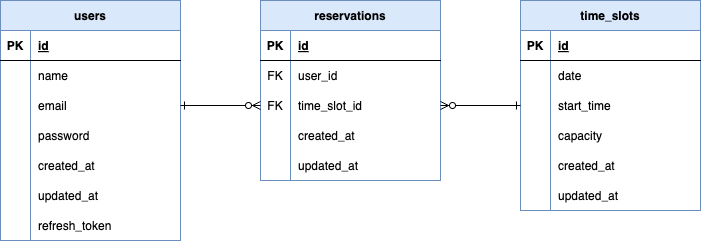
This is images/er-diagram.png from hirata784/laravel-swimming-reservation-app, a draw.io export, as it was before one commit. Source tidied: cells renumbered, new cells last; positions are measured from the earlier drawing's top-left corner, leaving out a move shared by most shapes. Its diagram source:
```xml
<mxGraphModel background="#FFFFFF">
  <root>
    <mxCell id="0" />
    <mxCell id="1" parent="0" />
    <mxCell id="2" value="users" style="shape=table;startSize=30;rowLines=0;fontStyle=1;align=center;fillColor=#dae8fc;strokeColor=#6c8ebf;" parent="1" vertex="1">
      <mxGeometry width="180" height="240" as="geometry" />
    </mxCell>
    <mxCell id="3" style="shape=tableRow;horizontal=0;startSize=0;swimlaneHead=0;swimlaneBody=0;fillColor=none;top=0;left=0;right=0;bottom=1;" parent="2" vertex="1">
      <mxGeometry y="30" width="180" height="30" as="geometry" />
    </mxCell>
    <mxCell id="4" value="PK" style="shape=partialRectangle;fillColor=none;top=0;left=0;bottom=0;right=0;fontStyle=1;overflow=hidden;" parent="3" vertex="1">
      <mxGeometry width="30" height="30" as="geometry" />
    </mxCell>
    <mxCell id="5" value="id" style="shape=partialRectangle;fillColor=none;top=0;left=0;bottom=0;right=0;align=left;spacingLeft=6;fontStyle=5;overflow=hidden;" parent="3" vertex="1">
      <mxGeometry x="30" width="150" height="30" as="geometry" />
    </mxCell>
    <mxCell id="6" style="shape=tableRow;horizontal=0;startSize=0;swimlaneHead=0;swimlaneBody=0;fillColor=none;top=0;left=0;right=0;bottom=0;" parent="2" vertex="1">
      <mxGeometry y="60" width="180" height="30" as="geometry" />
    </mxCell>
    <mxCell id="7" style="shape=partialRectangle;fillColor=none;top=0;left=0;bottom=0;right=0;overflow=hidden;" parent="6" vertex="1">
      <mxGeometry width="30" height="30" as="geometry" />
    </mxCell>
    <mxCell id="8" value="name" style="shape=partialRectangle;fillColor=none;top=0;left=0;bottom=0;right=0;align=left;spacingLeft=6;overflow=hidden;" parent="6" vertex="1">
      <mxGeometry x="30" width="150" height="30" as="geometry" />
    </mxCell>
    <mxCell id="9" style="shape=tableRow;horizontal=0;startSize=0;swimlaneHead=0;swimlaneBody=0;fillColor=none;points=[[0,0.5],[1,0.5]];portConstraint=eastwest;top=0;left=0;right=0;bottom=0;" parent="2" vertex="1">
      <mxGeometry y="90" width="180" height="30" as="geometry" />
    </mxCell>
    <mxCell id="10" style="shape=partialRectangle;fillColor=none;top=0;left=0;bottom=0;right=0;overflow=hidden;" parent="9" vertex="1">
      <mxGeometry width="30" height="30" as="geometry" />
    </mxCell>
    <mxCell id="11" value="email" style="shape=partialRectangle;fillColor=none;top=0;left=0;bottom=0;right=0;align=left;spacingLeft=6;overflow=hidden;" parent="9" vertex="1">
      <mxGeometry x="30" width="150" height="30" as="geometry" />
    </mxCell>
    <mxCell id="12" style="shape=tableRow;horizontal=0;startSize=0;swimlaneHead=0;swimlaneBody=0;fillColor=none;top=0;left=0;right=0;bottom=0;" parent="2" vertex="1">
      <mxGeometry y="120" width="180" height="30" as="geometry" />
    </mxCell>
    <mxCell id="13" style="shape=partialRectangle;fillColor=none;top=0;left=0;bottom=0;right=0;overflow=hidden;" parent="12" vertex="1">
      <mxGeometry width="30" height="30" as="geometry" />
    </mxCell>
    <mxCell id="14" value="password" style="shape=partialRectangle;fillColor=none;top=0;left=0;bottom=0;right=0;align=left;spacingLeft=6;overflow=hidden;" parent="12" vertex="1">
      <mxGeometry x="30" width="150" height="30" as="geometry" />
    </mxCell>
    <mxCell id="15" style="shape=tableRow;horizontal=0;startSize=0;swimlaneHead=0;swimlaneBody=0;fillColor=none;top=0;left=0;right=0;bottom=0;" parent="2" vertex="1">
      <mxGeometry y="150" width="180" height="30" as="geometry" />
    </mxCell>
    <mxCell id="16" style="shape=partialRectangle;fillColor=none;top=0;left=0;bottom=0;right=0;overflow=hidden;" parent="15" vertex="1">
      <mxGeometry width="30" height="30" as="geometry" />
    </mxCell>
    <mxCell id="17" value="created_at" style="shape=partialRectangle;fillColor=none;top=0;left=0;bottom=0;right=0;align=left;spacingLeft=6;overflow=hidden;" parent="15" vertex="1">
      <mxGeometry x="30" width="150" height="30" as="geometry" />
    </mxCell>
    <mxCell id="18" style="shape=tableRow;horizontal=0;startSize=0;swimlaneHead=0;swimlaneBody=0;fillColor=none;top=0;left=0;right=0;bottom=0;" parent="2" vertex="1">
      <mxGeometry y="180" width="180" height="30" as="geometry" />
    </mxCell>
    <mxCell id="19" style="shape=partialRectangle;fillColor=none;top=0;left=0;bottom=0;right=0;overflow=hidden;" parent="18" vertex="1">
      <mxGeometry width="30" height="30" as="geometry" />
    </mxCell>
    <mxCell id="20" value="updated_at" style="shape=partialRectangle;fillColor=none;top=0;left=0;bottom=0;right=0;align=left;spacingLeft=6;overflow=hidden;" parent="18" vertex="1">
      <mxGeometry x="30" width="150" height="30" as="geometry" />
    </mxCell>
    <mxCell id="21" style="shape=tableRow;horizontal=0;startSize=0;swimlaneHead=0;swimlaneBody=0;fillColor=none;top=0;left=0;right=0;bottom=0;" parent="2" vertex="1">
      <mxGeometry y="210" width="180" height="30" as="geometry" />
    </mxCell>
    <mxCell id="22" style="shape=partialRectangle;fillColor=none;top=0;left=0;bottom=0;right=0;overflow=hidden;" parent="21" vertex="1">
      <mxGeometry width="30" height="30" as="geometry" />
    </mxCell>
    <mxCell id="23" value="refresh_token" style="shape=partialRectangle;fillColor=none;top=0;left=0;bottom=0;right=0;align=left;spacingLeft=6;overflow=hidden;" parent="21" vertex="1">
      <mxGeometry x="30" width="150" height="30" as="geometry" />
    </mxCell>
    <mxCell id="24" value="time_slots" style="shape=table;startSize=30;rowLines=0;fontStyle=1;align=center;fillColor=#dae8fc;strokeColor=#6c8ebf;" parent="1" vertex="1">
      <mxGeometry x="520" width="180" height="210" as="geometry" />
    </mxCell>
    <mxCell id="25" style="shape=tableRow;horizontal=0;startSize=0;swimlaneHead=0;swimlaneBody=0;fillColor=none;top=0;left=0;right=0;bottom=1;" parent="24" vertex="1">
      <mxGeometry y="30" width="180" height="30" as="geometry" />
    </mxCell>
    <mxCell id="26" value="PK" style="shape=partialRectangle;fillColor=none;top=0;left=0;bottom=0;right=0;fontStyle=1;overflow=hidden;" parent="25" vertex="1">
      <mxGeometry width="30" height="30" as="geometry" />
    </mxCell>
    <mxCell id="27" value="id" style="shape=partialRectangle;fillColor=none;top=0;left=0;bottom=0;right=0;align=left;spacingLeft=6;fontStyle=5;overflow=hidden;" parent="25" vertex="1">
      <mxGeometry x="30" width="150" height="30" as="geometry" />
    </mxCell>
    <mxCell id="28" style="shape=tableRow;horizontal=0;startSize=0;swimlaneHead=0;swimlaneBody=0;fillColor=none;top=0;left=0;right=0;bottom=0;" parent="24" vertex="1">
      <mxGeometry y="60" width="180" height="30" as="geometry" />
    </mxCell>
    <mxCell id="29" style="shape=partialRectangle;fillColor=none;top=0;left=0;bottom=0;right=0;overflow=hidden;" parent="28" vertex="1">
      <mxGeometry width="30" height="30" as="geometry" />
    </mxCell>
    <mxCell id="30" value="date" style="shape=partialRectangle;fillColor=none;top=0;left=0;bottom=0;right=0;align=left;spacingLeft=6;overflow=hidden;" parent="28" vertex="1">
      <mxGeometry x="30" width="150" height="30" as="geometry" />
    </mxCell>
    <mxCell id="31" style="shape=tableRow;horizontal=0;startSize=0;swimlaneHead=0;swimlaneBody=0;fillColor=none;points=[[0,0.5],[1,0.5]];portConstraint=eastwest;top=0;left=0;right=0;bottom=0;" parent="24" vertex="1">
      <mxGeometry y="90" width="180" height="30" as="geometry" />
    </mxCell>
    <mxCell id="32" style="shape=partialRectangle;fillColor=none;top=0;left=0;bottom=0;right=0;overflow=hidden;" parent="31" vertex="1">
      <mxGeometry width="30" height="30" as="geometry" />
    </mxCell>
    <mxCell id="33" value="start_time" style="shape=partialRectangle;fillColor=none;top=0;left=0;bottom=0;right=0;align=left;spacingLeft=6;overflow=hidden;" parent="31" vertex="1">
      <mxGeometry x="30" width="150" height="30" as="geometry" />
    </mxCell>
    <mxCell id="34" style="shape=tableRow;horizontal=0;startSize=0;swimlaneHead=0;swimlaneBody=0;fillColor=none;top=0;left=0;right=0;bottom=0;" parent="24" vertex="1">
      <mxGeometry y="120" width="180" height="30" as="geometry" />
    </mxCell>
    <mxCell id="35" style="shape=partialRectangle;fillColor=none;top=0;left=0;bottom=0;right=0;overflow=hidden;" parent="34" vertex="1">
      <mxGeometry width="30" height="30" as="geometry" />
    </mxCell>
    <mxCell id="36" value="capacity" style="shape=partialRectangle;fillColor=none;top=0;left=0;bottom=0;right=0;align=left;spacingLeft=6;overflow=hidden;" parent="34" vertex="1">
      <mxGeometry x="30" width="150" height="30" as="geometry" />
    </mxCell>
    <mxCell id="37" style="shape=tableRow;horizontal=0;startSize=0;swimlaneHead=0;swimlaneBody=0;fillColor=none;top=0;left=0;right=0;bottom=0;" parent="24" vertex="1">
      <mxGeometry y="150" width="180" height="30" as="geometry" />
    </mxCell>
    <mxCell id="38" style="shape=partialRectangle;fillColor=none;top=0;left=0;bottom=0;right=0;overflow=hidden;" parent="37" vertex="1">
      <mxGeometry width="30" height="30" as="geometry" />
    </mxCell>
    <mxCell id="39" value="created_at" style="shape=partialRectangle;fillColor=none;top=0;left=0;bottom=0;right=0;align=left;spacingLeft=6;overflow=hidden;" parent="37" vertex="1">
      <mxGeometry x="30" width="150" height="30" as="geometry" />
    </mxCell>
    <mxCell id="40" style="shape=tableRow;horizontal=0;startSize=0;swimlaneHead=0;swimlaneBody=0;fillColor=none;top=0;left=0;right=0;bottom=0;" parent="24" vertex="1">
      <mxGeometry y="180" width="180" height="30" as="geometry" />
    </mxCell>
    <mxCell id="41" style="shape=partialRectangle;fillColor=none;top=0;left=0;bottom=0;right=0;overflow=hidden;" parent="40" vertex="1">
      <mxGeometry width="30" height="30" as="geometry" />
    </mxCell>
    <mxCell id="42" value="updated_at" style="shape=partialRectangle;fillColor=none;top=0;left=0;bottom=0;right=0;align=left;spacingLeft=6;overflow=hidden;" parent="40" vertex="1">
      <mxGeometry x="30" width="150" height="30" as="geometry" />
    </mxCell>
    <mxCell id="43" value="reservations" style="shape=table;startSize=30;rowLines=0;fontStyle=1;align=center;fillColor=#dae8fc;strokeColor=#6c8ebf;" parent="1" vertex="1">
      <mxGeometry x="260" width="180" height="180" as="geometry" />
    </mxCell>
    <mxCell id="44" style="shape=tableRow;horizontal=0;startSize=0;swimlaneHead=0;swimlaneBody=0;fillColor=none;top=0;left=0;right=0;bottom=1;" parent="43" vertex="1">
      <mxGeometry y="30" width="180" height="30" as="geometry" />
    </mxCell>
    <mxCell id="45" value="PK" style="shape=partialRectangle;fillColor=none;top=0;left=0;bottom=0;right=0;fontStyle=1;overflow=hidden;" parent="44" vertex="1">
      <mxGeometry width="30" height="30" as="geometry" />
    </mxCell>
    <mxCell id="46" value="id" style="shape=partialRectangle;fillColor=none;top=0;left=0;bottom=0;right=0;align=left;spacingLeft=6;fontStyle=5;overflow=hidden;" parent="44" vertex="1">
      <mxGeometry x="30" width="150" height="30" as="geometry" />
    </mxCell>
    <mxCell id="47" style="shape=tableRow;horizontal=0;startSize=0;swimlaneHead=0;swimlaneBody=0;fillColor=none;top=0;left=0;right=0;bottom=0;" parent="43" vertex="1">
      <mxGeometry y="60" width="180" height="30" as="geometry" />
    </mxCell>
    <mxCell id="48" value="FK" style="shape=partialRectangle;fillColor=none;top=0;left=0;bottom=0;right=0;overflow=hidden;" parent="47" vertex="1">
      <mxGeometry width="30" height="30" as="geometry" />
    </mxCell>
    <mxCell id="49" value="user_id" style="shape=partialRectangle;fillColor=none;top=0;left=0;bottom=0;right=0;align=left;spacingLeft=6;overflow=hidden;" parent="47" vertex="1">
      <mxGeometry x="30" width="150" height="30" as="geometry" />
    </mxCell>
    <mxCell id="50" style="shape=tableRow;horizontal=0;startSize=0;swimlaneHead=0;swimlaneBody=0;fillColor=none;points=[[0,0.5],[1,0.5]];portConstraint=eastwest;top=0;left=0;right=0;bottom=0;" parent="43" vertex="1">
      <mxGeometry y="90" width="180" height="30" as="geometry" />
    </mxCell>
    <mxCell id="51" value="FK" style="shape=partialRectangle;fillColor=none;top=0;left=0;bottom=0;right=0;overflow=hidden;" parent="50" vertex="1">
      <mxGeometry width="30" height="30" as="geometry" />
    </mxCell>
    <mxCell id="52" value="time_slot_id" style="shape=partialRectangle;fillColor=none;top=0;left=0;bottom=0;right=0;align=left;spacingLeft=6;overflow=hidden;" parent="50" vertex="1">
      <mxGeometry x="30" width="150" height="30" as="geometry" />
    </mxCell>
    <mxCell id="53" style="shape=tableRow;horizontal=0;startSize=0;swimlaneHead=0;swimlaneBody=0;fillColor=none;top=0;left=0;right=0;bottom=0;" parent="43" vertex="1">
      <mxGeometry y="120" width="180" height="30" as="geometry" />
    </mxCell>
    <mxCell id="54" style="shape=partialRectangle;fillColor=none;top=0;left=0;bottom=0;right=0;overflow=hidden;" parent="53" vertex="1">
      <mxGeometry width="30" height="30" as="geometry" />
    </mxCell>
    <mxCell id="55" value="created_at" style="shape=partialRectangle;fillColor=none;top=0;left=0;bottom=0;right=0;align=left;spacingLeft=6;overflow=hidden;" parent="53" vertex="1">
      <mxGeometry x="30" width="150" height="30" as="geometry" />
    </mxCell>
    <mxCell id="56" style="shape=tableRow;horizontal=0;startSize=0;swimlaneHead=0;swimlaneBody=0;fillColor=none;top=0;left=0;right=0;bottom=0;" parent="43" vertex="1">
      <mxGeometry y="150" width="180" height="30" as="geometry" />
    </mxCell>
    <mxCell id="57" style="shape=partialRectangle;fillColor=none;top=0;left=0;bottom=0;right=0;overflow=hidden;" parent="56" vertex="1">
      <mxGeometry width="30" height="30" as="geometry" />
    </mxCell>
    <mxCell id="58" value="updated_at" style="shape=partialRectangle;fillColor=none;top=0;left=0;bottom=0;right=0;align=left;spacingLeft=6;overflow=hidden;" parent="56" vertex="1">
      <mxGeometry x="30" width="150" height="30" as="geometry" />
    </mxCell>
    <mxCell id="59" style="edgeStyle=none;html=1;exitX=1;exitY=0.5;exitDx=0;exitDy=0;entryX=0;entryY=0.5;entryDx=0;entryDy=0;endArrow=ERzeroToMany;endFill=0;startArrow=ERone;startFill=0;" parent="1" edge="1" source="9" target="50">
      <mxGeometry relative="1" as="geometry" />
    </mxCell>
    <mxCell id="60" style="edgeStyle=none;html=1;exitX=0;exitY=0.5;exitDx=0;exitDy=0;entryX=1;entryY=0.5;entryDx=0;entryDy=0;endArrow=ERzeroToMany;endFill=0;startArrow=ERone;startFill=0;" parent="1" edge="1" source="31" target="50">
      <mxGeometry relative="1" as="geometry" />
    </mxCell>
  </root>
</mxGraphModel>
```
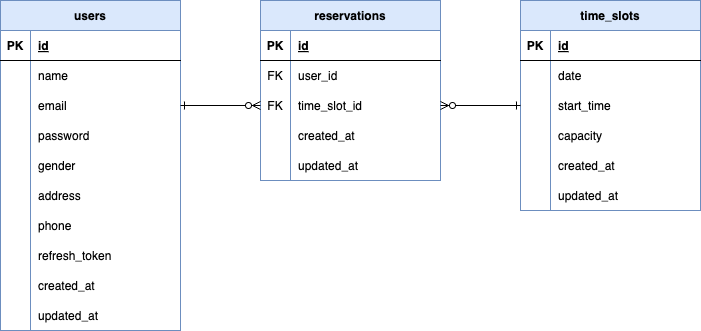
Above is the later version.

Diff of the diagram source:
```diff
@@ -3,7 +3,7 @@
     <mxCell id="0" />
     <mxCell id="1" parent="0" />
     <mxCell id="2" value="users" style="shape=table;startSize=30;rowLines=0;fontStyle=1;align=center;fillColor=#dae8fc;strokeColor=#6c8ebf;" parent="1" vertex="1">
-      <mxGeometry width="180" height="240" as="geometry" />
+      <mxGeometry width="180" height="330" as="geometry" />
     </mxCell>
     <mxCell id="3" style="shape=tableRow;horizontal=0;startSize=0;swimlaneHead=0;swimlaneBody=0;fillColor=none;top=0;left=0;right=0;bottom=1;" parent="2" vertex="1">
       <mxGeometry y="30" width="180" height="30" as="geometry" />
@@ -44,23 +44,32 @@
     <mxCell id="15" style="shape=tableRow;horizontal=0;startSize=0;swimlaneHead=0;swimlaneBody=0;fillColor=none;top=0;left=0;right=0;bottom=0;" parent="2" vertex="1">
       <mxGeometry y="150" width="180" height="30" as="geometry" />
     </mxCell>
-    <mxCell id="16" style="shape=partialRectangle;fillColor=none;top=0;left=0;bottom=0;right=0;overflow=hidden;" parent="15" vertex="1">
-      <mxGeometry width="30" height="30" as="geometry" />
-    </mxCell>
-    <mxCell id="17" value="created_at" style="shape=partialRectangle;fillColor=none;top=0;left=0;bottom=0;right=0;align=left;spacingLeft=6;overflow=hidden;" parent="15" vertex="1">
-      <mxGeometry x="30" width="150" height="30" as="geometry" />
-    </mxCell>
+    <mxCell id="61" style="shape=partialRectangle;fillColor=none;top=0;left=0;bottom=0;right=0;overflow=hidden;" parent="15" vertex="1">
+      <mxGeometry width="30" height="30" as="geometry" />
+    </mxCell>
+    <mxCell id="62" value="gender" style="shape=partialRectangle;fillColor=none;top=0;left=0;bottom=0;right=0;align=left;spacingLeft=6;overflow=hidden;" parent="15" vertex="1">
+      <mxGeometry x="30" width="150" height="30" as="geometry" />
+    </mxCell>
     <mxCell id="18" style="shape=tableRow;horizontal=0;startSize=0;swimlaneHead=0;swimlaneBody=0;fillColor=none;top=0;left=0;right=0;bottom=0;" parent="2" vertex="1">
       <mxGeometry y="180" width="180" height="30" as="geometry" />
     </mxCell>
-    <mxCell id="19" style="shape=partialRectangle;fillColor=none;top=0;left=0;bottom=0;right=0;overflow=hidden;" parent="18" vertex="1">
-      <mxGeometry width="30" height="30" as="geometry" />
-    </mxCell>
-    <mxCell id="20" value="updated_at" style="shape=partialRectangle;fillColor=none;top=0;left=0;bottom=0;right=0;align=left;spacingLeft=6;overflow=hidden;" parent="18" vertex="1">
-      <mxGeometry x="30" width="150" height="30" as="geometry" />
-    </mxCell>
+    <mxCell id="63" style="shape=partialRectangle;fillColor=none;top=0;left=0;bottom=0;right=0;overflow=hidden;" parent="18" vertex="1">
+      <mxGeometry width="30" height="30" as="geometry" />
+    </mxCell>
+    <mxCell id="64" value="address" style="shape=partialRectangle;fillColor=none;top=0;left=0;bottom=0;right=0;align=left;spacingLeft=6;overflow=hidden;" parent="18" vertex="1">
+      <mxGeometry x="30" width="150" height="30" as="geometry" />
+    </mxCell>
+    <mxCell id="65" style="shape=tableRow;horizontal=0;startSize=0;swimlaneHead=0;swimlaneBody=0;fillColor=none;top=0;left=0;right=0;bottom=0;" parent="2" vertex="1">
+      <mxGeometry y="210" width="180" height="30" as="geometry" />
+    </mxCell>
+    <mxCell id="66" style="shape=partialRectangle;fillColor=none;top=0;left=0;bottom=0;right=0;overflow=hidden;" parent="65" vertex="1">
+      <mxGeometry width="30" height="30" as="geometry" />
+    </mxCell>
+    <mxCell id="67" value="phone" style="shape=partialRectangle;fillColor=none;top=0;left=0;bottom=0;right=0;align=left;spacingLeft=6;overflow=hidden;" parent="65" vertex="1">
+      <mxGeometry x="30" width="150" height="30" as="geometry" />
+    </mxCell>
     <mxCell id="21" style="shape=tableRow;horizontal=0;startSize=0;swimlaneHead=0;swimlaneBody=0;fillColor=none;top=0;left=0;right=0;bottom=0;" parent="2" vertex="1">
-      <mxGeometry y="210" width="180" height="30" as="geometry" />
+      <mxGeometry y="240" width="180" height="30" as="geometry" />
     </mxCell>
     <mxCell id="22" style="shape=partialRectangle;fillColor=none;top=0;left=0;bottom=0;right=0;overflow=hidden;" parent="21" vertex="1">
       <mxGeometry width="30" height="30" as="geometry" />
@@ -68,6 +77,24 @@
     <mxCell id="23" value="refresh_token" style="shape=partialRectangle;fillColor=none;top=0;left=0;bottom=0;right=0;align=left;spacingLeft=6;overflow=hidden;" parent="21" vertex="1">
       <mxGeometry x="30" width="150" height="30" as="geometry" />
     </mxCell>
+    <mxCell id="68" style="shape=tableRow;horizontal=0;startSize=0;swimlaneHead=0;swimlaneBody=0;fillColor=none;top=0;left=0;right=0;bottom=0;" parent="2" vertex="1">
+      <mxGeometry y="270" width="180" height="30" as="geometry" />
+    </mxCell>
+    <mxCell id="69" style="shape=partialRectangle;fillColor=none;top=0;left=0;bottom=0;right=0;overflow=hidden;" parent="68" vertex="1">
+      <mxGeometry width="30" height="30" as="geometry" />
+    </mxCell>
+    <mxCell id="17" value="created_at" style="shape=partialRectangle;fillColor=none;top=0;left=0;bottom=0;right=0;align=left;spacingLeft=6;overflow=hidden;" parent="68" vertex="1">
+      <mxGeometry x="30" width="150" height="30" as="geometry" />
+    </mxCell>
+    <mxCell id="70" style="shape=tableRow;horizontal=0;startSize=0;swimlaneHead=0;swimlaneBody=0;fillColor=none;top=0;left=0;right=0;bottom=0;" parent="2" vertex="1">
+      <mxGeometry y="300" width="180" height="30" as="geometry" />
+    </mxCell>
+    <mxCell id="71" style="shape=partialRectangle;fillColor=none;top=0;left=0;bottom=0;right=0;overflow=hidden;" parent="70" vertex="1">
+      <mxGeometry width="30" height="30" as="geometry" />
+    </mxCell>
+    <mxCell id="20" value="updated_at" style="shape=partialRectangle;fillColor=none;top=0;left=0;bottom=0;right=0;align=left;spacingLeft=6;overflow=hidden;" parent="70" vertex="1">
+      <mxGeometry x="30" width="150" height="30" as="geometry" />
+    </mxCell>
     <mxCell id="24" value="time_slots" style="shape=table;startSize=30;rowLines=0;fontStyle=1;align=center;fillColor=#dae8fc;strokeColor=#6c8ebf;" parent="1" vertex="1">
       <mxGeometry x="520" width="180" height="210" as="geometry" />
     </mxCell>
```
